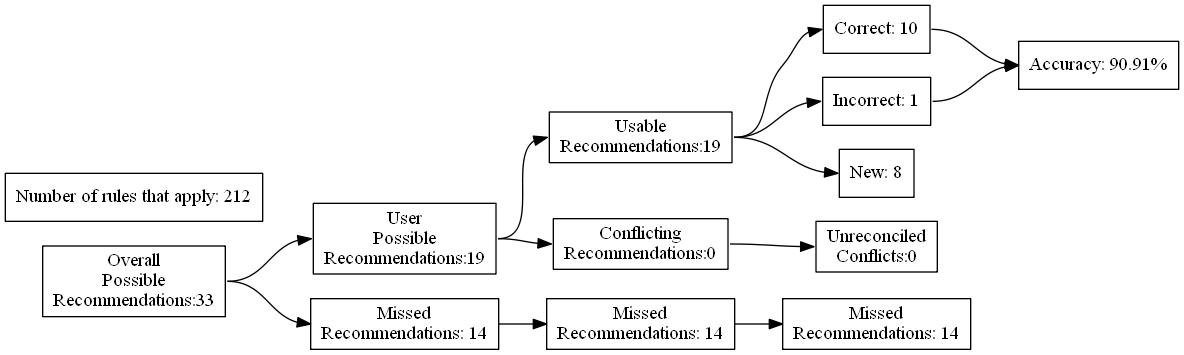
The Graphviz diagram test_renders/48.gv.png in ZaxR/ibd_diet_analysis, before a commit. Its source is kept beside it as test_renders/48.gv.
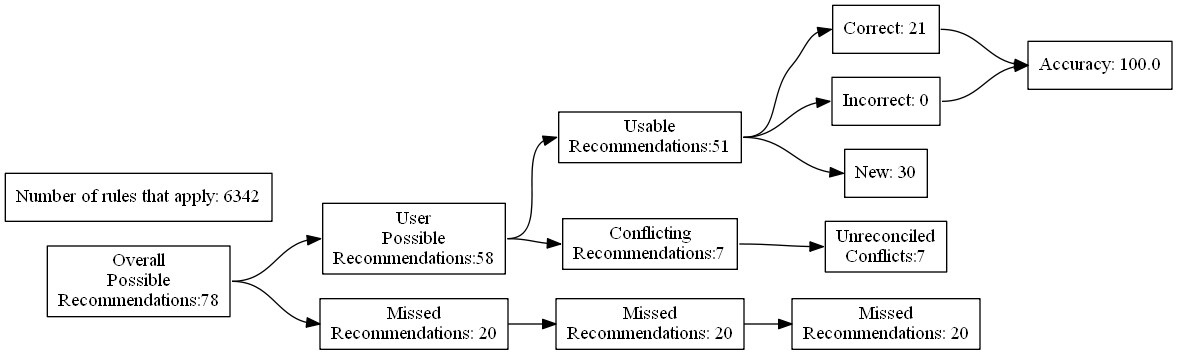
Above is the later version.

What changed in the source:
```diff
@@ -4,27 +4,27 @@
 	edge [headport=w tailport=e]
 		A [label="Overall
 Possible
-Recommendations:33"]
+Recommendations:78"]
 		B [label="User
 Possible
-Recommendations:19"]
+Recommendations:58"]
 		C [label="Missed
-Recommendations: 14"]
+Recommendations: 20"]
 		D [label="Usable
-Recommendations:19"]
+Recommendations:51"]
 		E [label="Conflicting
-Recommendations:0"]
+Recommendations:7"]
 		J [label="Missed
-Recommendations: 14"]
+Recommendations: 20"]
 		M [label="Unreconciled
-Conflicts:0"]
-		F [label="Correct: 10"]
-		G [label="Incorrect: 1"]
-		H [label="New: 8"]
+Conflicts:7"]
+		F [label="Correct: 21"]
+		G [label="Incorrect: 0"]
+		H [label="New: 30"]
 		K [label="Missed
-Recommendations: 14"]
-		I [label="Accuracy: 90.91%"]
-		l [label="Number of rules that apply: 212"]
+Recommendations: 20"]
+		I [label="Accuracy: 100.0"]
+		l [label="Number of rules that apply: 6342"]
 			A -> B
 			A -> C
 			B -> D
```
